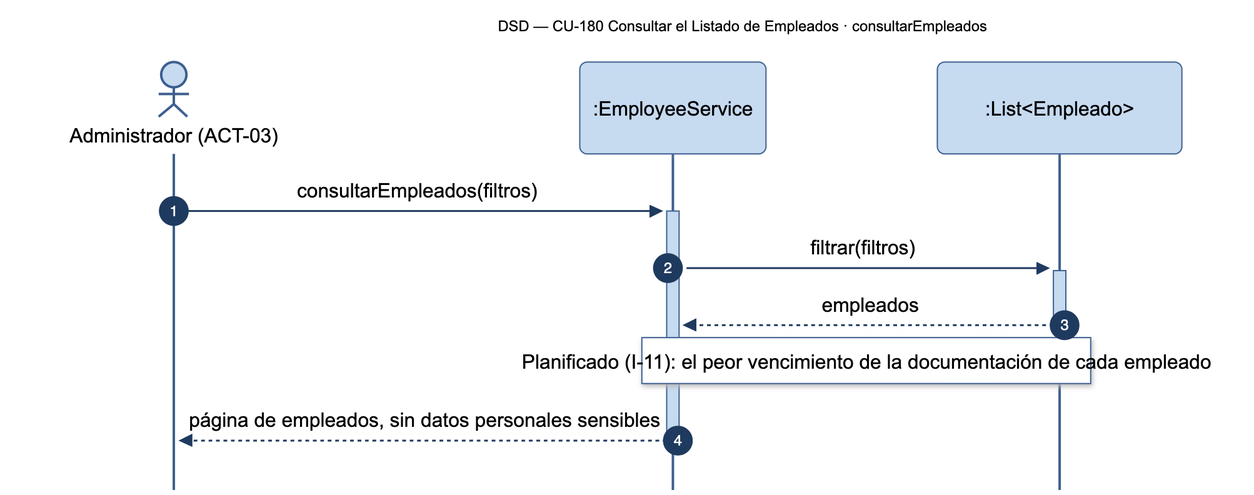
The Mermaid diagram diagramas/png/DSD_CU-180_consultarEmpleados.png in Nahuelito-Dev/splg-docs, before a commit. Its source is kept beside it as diagramas/DSD_CU-180_consultarEmpleados.mmd.
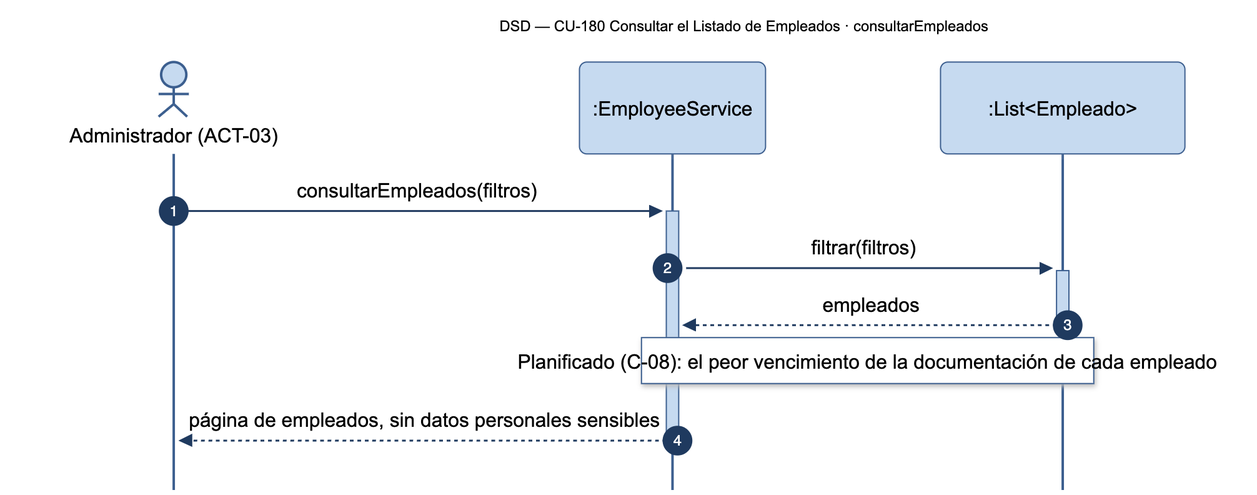
After the commit.

The edit, as a diff of the source:
```diff
@@ -8,5 +8,5 @@
     ADM->>+SRV: consultarEmpleados(filtros)
     SRV->>+LST: filtrar(filtros)
     LST-->>-SRV: empleados
-    Note over SRV,LST: Planificado (I-11): el peor vencimiento de la documentación de cada empleado
+    Note over SRV,LST: Planificado (C-08): el peor vencimiento de la documentación de cada empleado
     SRV-->>-ADM: página de empleados, sin datos personales sensibles
```
